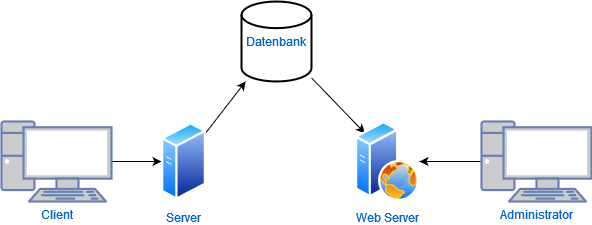
The draw.io diagram diagramms/images/01_architecture.png in CheeseTastisch/TaskMonitor, before a commit. Source tidied: cells renumbered, new cells last; positions are measured from the earlier drawing's top-left corner, leaving out a move shared by most shapes. Its diagram source:
```xml
<mxGraphModel>
  <root>
    <mxCell id="0" />
    <mxCell id="1" parent="0" />
    <mxCell id="2" style="edgeStyle=orthogonalEdgeStyle;rounded=0;jettySize=auto;html=1;entryX=0;entryY=0.5;entryDx=0;entryDy=0;" parent="1" edge="1" source="3" target="5">
      <mxGeometry relative="1" as="geometry" />
    </mxCell>
    <mxCell id="3" value="Client" style="fontColor=#0066CC;verticalAlign=top;verticalLabelPosition=bottom;labelPosition=center;align=center;html=1;outlineConnect=0;fillColor=#CCCCCC;strokeColor=#6881B3;gradientColor=none;gradientDirection=north;strokeWidth=2;shape=mxgraph.networks.pc;" parent="1" vertex="1">
      <mxGeometry y="120" width="110" height="80" as="geometry" />
    </mxCell>
    <mxCell id="4" style="rounded=0;jettySize=auto;html=1;" parent="1" edge="1" source="5" target="7">
      <mxGeometry relative="1" as="geometry" />
    </mxCell>
    <mxCell id="5" value="Server" style="perimeter=ellipsePerimeter;html=1;align=center;shadow=0;dashed=0;spacingTop=3;image;image=img/lib/active_directory/generic_server.svg;fontColor=#0066CC;labelBackgroundColor=none;" parent="1" vertex="1">
      <mxGeometry x="160" y="120" width="44.8" height="80" as="geometry" />
    </mxCell>
    <mxCell id="6" style="edgeStyle=none;rounded=0;jettySize=auto;html=1;entryX=0;entryY=0;entryDx=0;entryDy=0;" parent="1" edge="1" source="7" target="8">
      <mxGeometry relative="1" as="geometry" />
    </mxCell>
    <mxCell id="7" value="Datenbank" style="strokeWidth=2;html=1;shape=mxgraph.flowchart.database;whiteSpace=wrap;fontColor=#0066CC;" parent="1" vertex="1">
      <mxGeometry x="240" width="70" height="80" as="geometry" />
    </mxCell>
    <mxCell id="8" value="Web Server" style="perimeter=ellipsePerimeter;html=1;align=center;shadow=0;dashed=0;spacingTop=3;image;image=img/lib/active_directory/web_server.svg;fontColor=#0066CC;labelBackgroundColor=none;" parent="1" vertex="1">
      <mxGeometry x="354" y="120" width="64" height="80" as="geometry" />
    </mxCell>
    <mxCell id="9" style="edgeStyle=none;rounded=0;jettySize=auto;html=1;" parent="1" edge="1" source="10" target="8">
      <mxGeometry relative="1" as="geometry" />
    </mxCell>
    <mxCell id="10" value="Administrator" style="fontColor=#0066CC;verticalAlign=top;verticalLabelPosition=bottom;labelPosition=center;align=center;html=1;outlineConnect=0;fillColor=#CCCCCC;strokeColor=#6881B3;gradientColor=none;gradientDirection=north;strokeWidth=2;shape=mxgraph.networks.pc;" parent="1" vertex="1">
      <mxGeometry x="480" y="120" width="110" height="80" as="geometry" />
    </mxCell>
  </root>
</mxGraphModel>
```
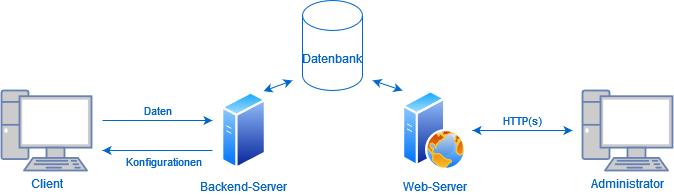
Above is the later version.

Commit message:
Started basic flow client server

Diff of the diagram source:
```diff
@@ -2,32 +2,63 @@
   <root>
     <mxCell id="0" />
     <mxCell id="1" parent="0" />
-    <mxCell id="2" style="edgeStyle=orthogonalEdgeStyle;rounded=0;jettySize=auto;html=1;entryX=0;entryY=0.5;entryDx=0;entryDy=0;" parent="1" edge="1" source="3" target="5">
-      <mxGeometry relative="1" as="geometry" />
-    </mxCell>
+    <mxCell id="11" style="rounded=0;orthogonalLoop=1;jettySize=auto;html=1;fontColor=#0066CC;strokeColor=#0066CC;" parent="1" edge="1">
+      <mxGeometry relative="1" as="geometry">
+        <mxPoint x="80" y="150" as="sourcePoint" />
+        <mxPoint x="190" y="150" as="targetPoint" />
+      </mxGeometry>
+    </mxCell>
+    <mxCell id="12" value="Daten" style="edgeLabel;html=1;align=center;verticalAlign=middle;fontColor=#0066CC;" parent="11" vertex="1">
+      <mxGeometry x="-0.32" y="-4" relative="1" as="geometry">
+        <mxPoint x="17" y="-14" as="offset" />
+      </mxGeometry>
+    </mxCell>
     <mxCell id="3" value="Client" style="fontColor=#0066CC;verticalAlign=top;verticalLabelPosition=bottom;labelPosition=center;align=center;html=1;outlineConnect=0;fillColor=#CCCCCC;strokeColor=#6881B3;gradientColor=none;gradientDirection=north;strokeWidth=2;shape=mxgraph.networks.pc;" parent="1" vertex="1">
-      <mxGeometry y="120" width="110" height="80" as="geometry" />
+      <mxGeometry x="-21" y="120" width="90" height="80" as="geometry" />
     </mxCell>
-    <mxCell id="4" style="rounded=0;jettySize=auto;html=1;" parent="1" edge="1" source="5" target="7">
-      <mxGeometry relative="1" as="geometry" />
-    </mxCell>
-    <mxCell id="5" value="Server" style="perimeter=ellipsePerimeter;html=1;align=center;shadow=0;dashed=0;spacingTop=3;image;image=img/lib/active_directory/generic_server.svg;fontColor=#0066CC;labelBackgroundColor=none;" parent="1" vertex="1">
-      <mxGeometry x="160" y="120" width="44.8" height="80" as="geometry" />
-    </mxCell>
-    <mxCell id="6" style="edgeStyle=none;rounded=0;jettySize=auto;html=1;entryX=0;entryY=0;entryDx=0;entryDy=0;" parent="1" edge="1" source="7" target="8">
-      <mxGeometry relative="1" as="geometry" />
-    </mxCell>
+    <mxCell id="13" style="rounded=0;jettySize=auto;html=1;strokeColor=#0066CC;fontColor=#0066CC;endArrow=classic;endFill=1;startArrow=classic;startFill=1;exitX=0.938;exitY=0.008;exitDx=0;exitDy=0;exitPerimeter=0;" parent="1" edge="1" source="16">
+      <mxGeometry relative="1" as="geometry">
+        <mxPoint x="270" y="110" as="targetPoint" />
+      </mxGeometry>
+    </mxCell>
+    <mxCell id="14" style="edgeStyle=none;rounded=0;orthogonalLoop=1;jettySize=auto;html=1;strokeColor=#0066CC;fontColor=#0066CC;" parent="1" edge="1">
+      <mxGeometry relative="1" as="geometry">
+        <mxPoint x="190" y="180" as="sourcePoint" />
+        <mxPoint x="80" y="180" as="targetPoint" />
+      </mxGeometry>
+    </mxCell>
+    <mxCell id="15" value="Konfigurationen" style="edgeLabel;html=1;align=center;verticalAlign=middle;fontColor=#0066CC;" parent="14" vertex="1">
+      <mxGeometry x="-0.22" y="2" relative="1" as="geometry">
+        <mxPoint x="-7" y="9" as="offset" />
+      </mxGeometry>
+    </mxCell>
+    <mxCell id="16" value="Backend-Server" style="perimeter=ellipsePerimeter;html=1;align=center;shadow=0;dashed=0;spacingTop=3;image;image=img/lib/active_directory/generic_server.svg;fontColor=#0066CC;" parent="1" vertex="1">
+      <mxGeometry x="199" y="120" width="44.8" height="80" as="geometry" />
+    </mxCell>
+    <mxCell id="17" style="edgeStyle=none;rounded=0;jettySize=auto;html=1;strokeColor=#0066CC;fontColor=#0066CC;startArrow=classic;startFill=1;entryX=0;entryY=0;entryDx=0;entryDy=0;entryPerimeter=0;" parent="1" edge="1" target="18">
+      <mxGeometry relative="1" as="geometry">
+        <mxPoint x="350" y="110" as="sourcePoint" />
+      </mxGeometry>
+    </mxCell>
-    <mxCell id="7" value="Datenbank" style="strokeWidth=2;html=1;shape=mxgraph.flowchart.database;whiteSpace=wrap;fontColor=#0066CC;" parent="1" vertex="1">
-      <mxGeometry x="240" width="70" height="80" as="geometry" />
+    <mxCell id="7" value="Datenbank" style="shape=cylinder3;whiteSpace=wrap;html=1;boundedLbl=1;backgroundOutline=1;size=15;fontColor=#0066CC;strokeColor=#0066CC;" parent="1" vertex="1">
+      <mxGeometry x="280" y="30" width="60" height="90" as="geometry" />
     </mxCell>
-    <mxCell id="8" value="Web Server" style="perimeter=ellipsePerimeter;html=1;align=center;shadow=0;dashed=0;spacingTop=3;image;image=img/lib/active_directory/web_server.svg;fontColor=#0066CC;labelBackgroundColor=none;" parent="1" vertex="1">
-      <mxGeometry x="354" y="120" width="64" height="80" as="geometry" />
-    </mxCell>
-    <mxCell id="9" style="edgeStyle=none;rounded=0;jettySize=auto;html=1;" parent="1" edge="1" source="10" target="8">
-      <mxGeometry relative="1" as="geometry" />
-    </mxCell>
+    <mxCell id="18" value="Web-Server" style="perimeter=ellipsePerimeter;html=1;align=center;shadow=0;dashed=0;spacingTop=3;image;image=img/lib/active_directory/web_server.svg;strokeColor=#0066CC;fontColor=#0066CC;" parent="1" vertex="1">
+      <mxGeometry x="380" y="120" width="64" height="80" as="geometry" />
+    </mxCell>
+    <mxCell id="19" style="edgeStyle=none;rounded=0;orthogonalLoop=1;jettySize=auto;html=1;strokeColor=#0066CC;fontColor=#0066CC;startArrow=classic;startFill=1;" parent="1" edge="1">
+      <mxGeometry relative="1" as="geometry">
+        <mxPoint x="550" y="160" as="sourcePoint" />
+        <mxPoint x="450" y="160" as="targetPoint" />
+      </mxGeometry>
+    </mxCell>
+    <mxCell id="20" value="HTTP(s)" style="edgeLabel;html=1;align=center;verticalAlign=middle;fontColor=#0066CC;" parent="19" vertex="1">
+      <mxGeometry x="-0.33" y="2" relative="1" as="geometry">
+        <mxPoint x="-17" y="-12" as="offset" />
+      </mxGeometry>
+    </mxCell>
     <mxCell id="10" value="Administrator" style="fontColor=#0066CC;verticalAlign=top;verticalLabelPosition=bottom;labelPosition=center;align=center;html=1;outlineConnect=0;fillColor=#CCCCCC;strokeColor=#6881B3;gradientColor=none;gradientDirection=north;strokeWidth=2;shape=mxgraph.networks.pc;" parent="1" vertex="1">
-      <mxGeometry x="480" y="120" width="110" height="80" as="geometry" />
+      <mxGeometry x="560" y="120" width="90" height="80" as="geometry" />
     </mxCell>
   </root>
 </mxGraphModel>
```
